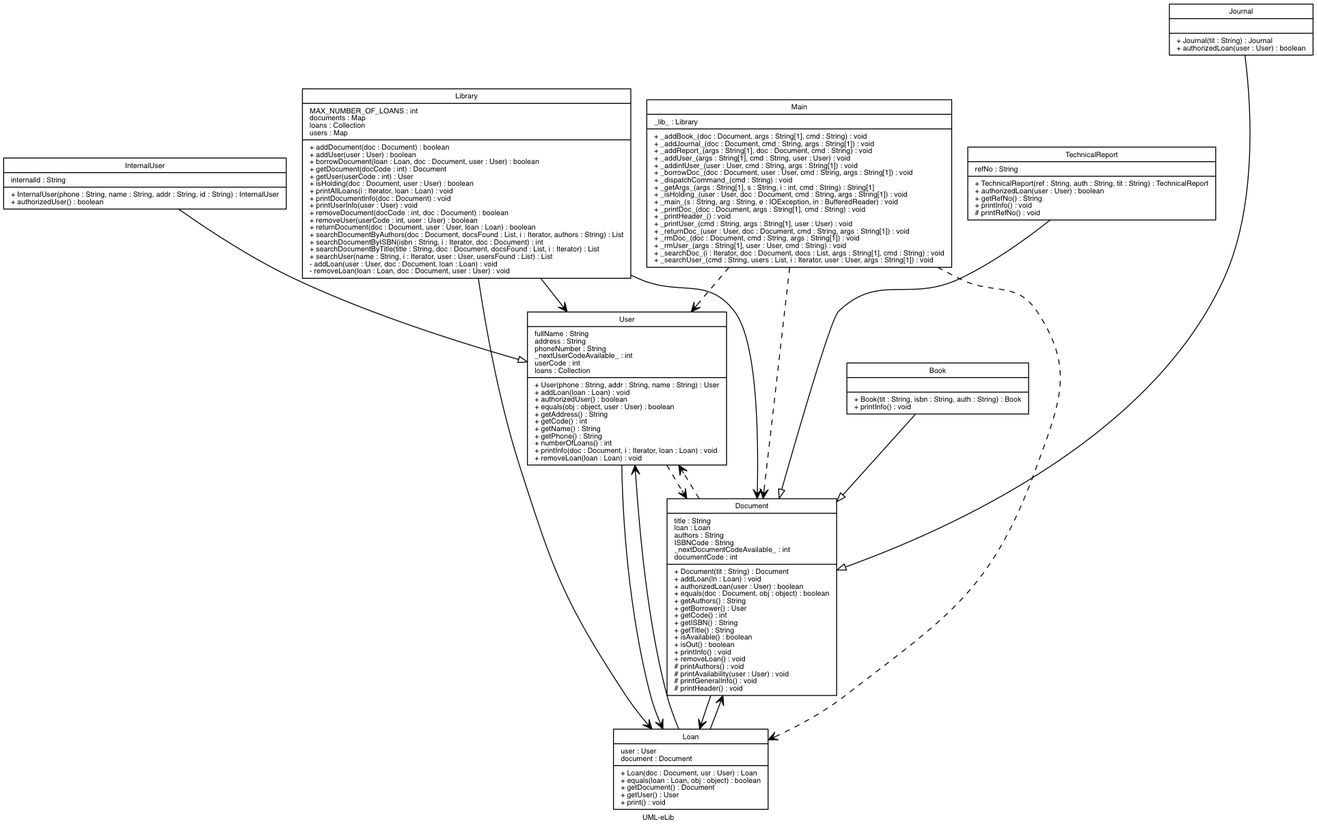
Earlier version of the Graphviz export output/UML-eLib-full.dot.png (Zilarion/2IMP25-Architectural-Reconstruction). Its source is kept beside it as output/UML-eLib-full.dot.
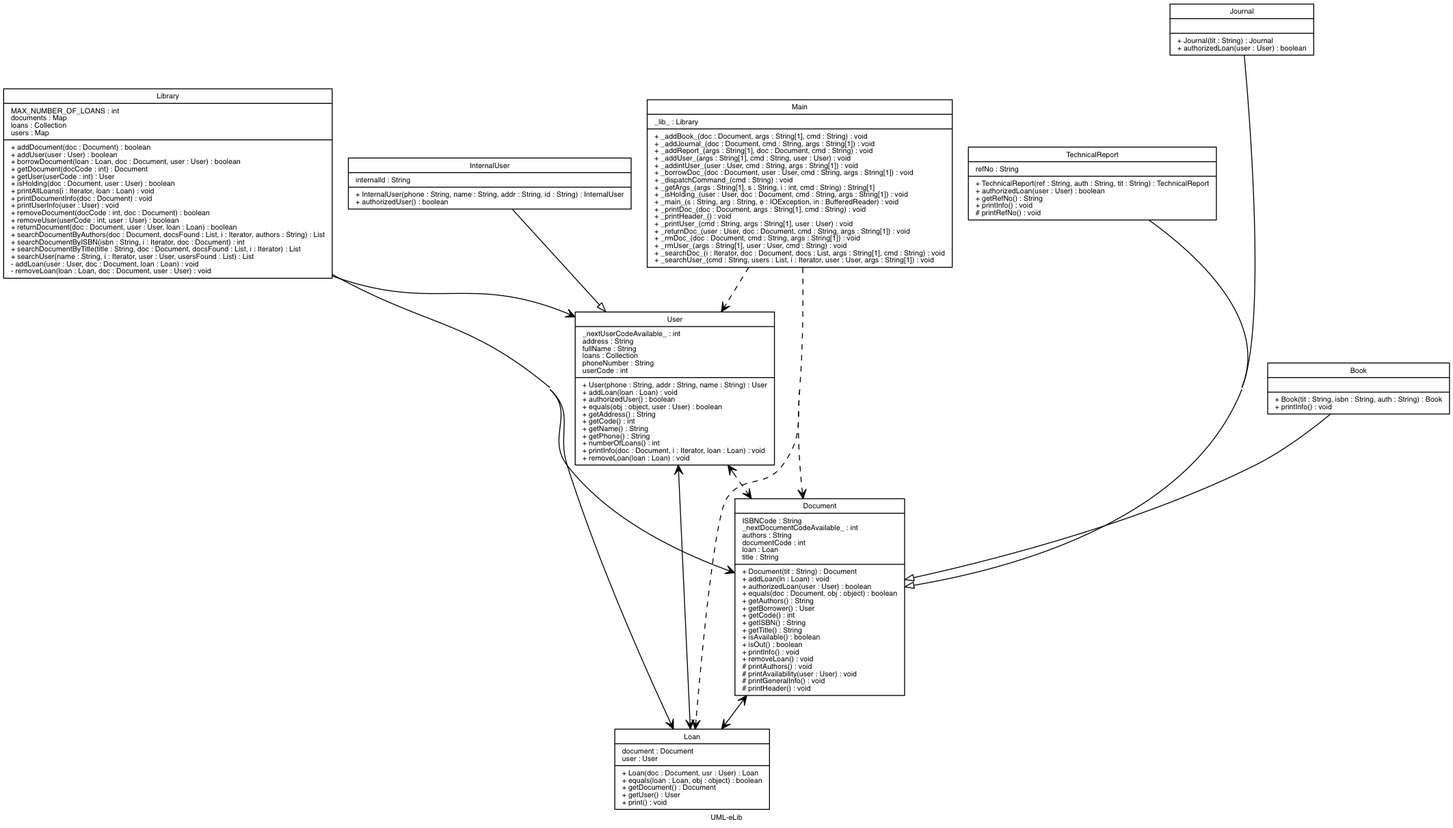
After the change.

What changed in the source:
```diff
@@ -1,6 +1,8 @@
 digraph classes {
  fontname = "Bitstream Vera Sans"
  fontsize = 8
+ overlap=false
+ concentrate=true
  node [ fontname = "Bitstream Vera Sans" fontsize = 8 shape = "record" ]
  edge [ fontname = "Bitstream Vera Sans" fontsize = 8 ]
 label="UML-eLib""InternalUser" [
@@ -20,14 +22,14 @@
 "User" [
 	label="{
  		User|
- 		fullName : String\laddress : String\lphoneNumber : String\l_nextUserCodeAvailable_ : int\luserCode : int\lloans : Collection\l|
+ 		_nextUserCodeAvailable_ : int\laddress : String\lfullName : String\lloans : Collection\lphoneNumber : String\luserCode : int\l|
  		+ User(phone : String, addr : String, name : String) : User\l+ addLoan(loan : Loan) : void\l+ authorizedUser() : boolean\l+ equals(obj : object, user : User) : boolean\l+ getAddress() : String\l+ getCode() : int\l+ getName() : String\l+ getPhone() : String\l+ numberOfLoans() : int\l+ printInfo(doc : Document, i : Iterator, loan : Loan) : void\l+ removeLoan(loan : Loan) : void\l
 	}"
  ]
 "Loan" [
 	label="{
  		Loan|
- 		user : User\ldocument : Document\l|
+ 		document : Document\luser : User\l|
  		+ Loan(doc : Document, usr : User) : Loan\l+ equals(loan : Loan, obj : object) : boolean\l+ getDocument() : Document\l+ getUser() : User\l+ print() : void\l
 	}"
  ]
@@ -41,7 +43,7 @@
 "Document" [
 	label="{
  		Document|
- 		title : String\lloan : Loan\lauthors : String\lISBNCode : String\l_nextDocumentCodeAvailable_ : int\ldocumentCode : int\l|
+ 		ISBNCode : String\l_nextDocumentCodeAvailable_ : int\lauthors : String\ldocumentCode : int\lloan : Loan\ltitle : String\l|
  		+ Document(tit : String) : Document\l+ addLoan(ln : Loan) : void\l+ authorizedLoan(user : User) : boolean\l+ equals(doc : Document, obj : object) : boolean\l+ getAuthors() : String\l+ getBorrower() : User\l+ getCode() : int\l+ getISBN() : String\l+ getTitle() : String\l+ isAvailable() : boolean\l+ isOut() : boolean\l+ printInfo() : void\l+ removeLoan() : void\l# printAuthors() : void\l# printAvailability(user : User) : void\l# printGeneralInfo() : void\l# printHeader() : void\l
 	}"
  ]
```
